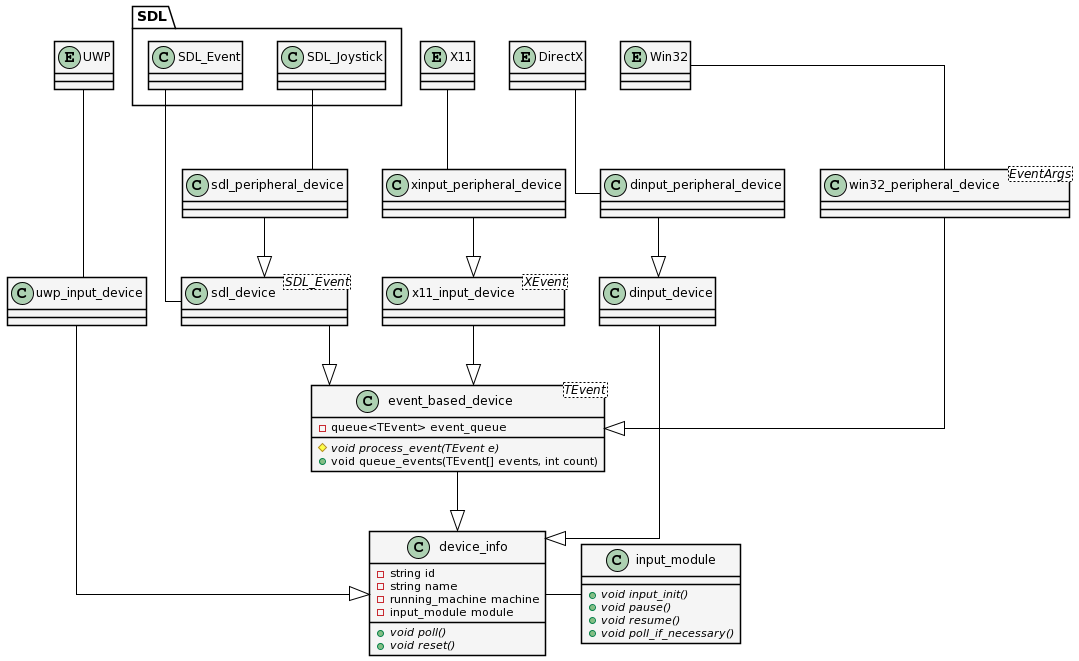
Above: Streaming/Tesi/immagini/class_input_device.png in mikymaione/MAMEStreamingPlatform (PlantUML), before the change. Its source is kept beside it as Streaming/UML/class_input_device.puml.
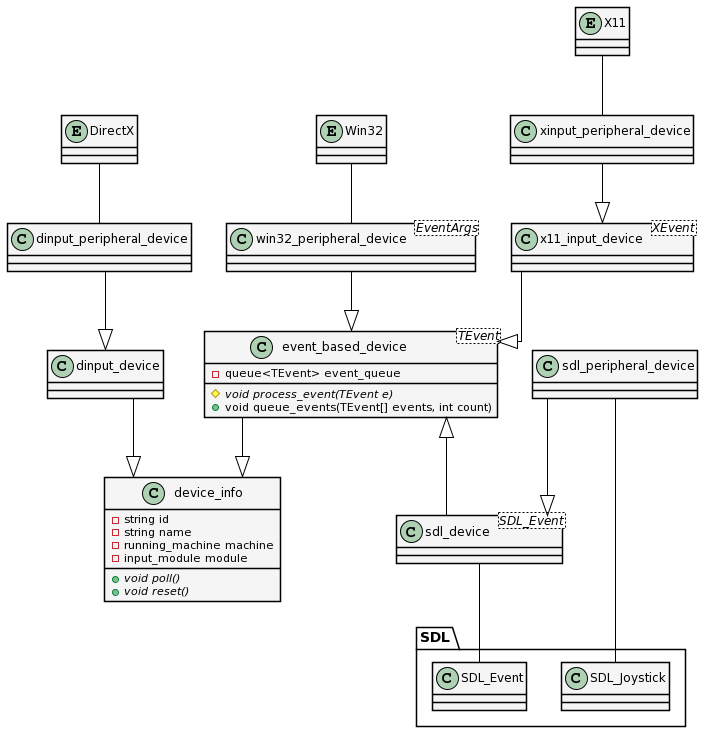
Above is the later version.

What changed in the source:
```diff
@@ -1,5 +1,4 @@
 @startuml
-
 skinparam Shadowing false
 skinparam LineType ortho
 skinparam ArrowColor black
@@ -10,31 +9,14 @@
 }
 
 
-together {
-	package SDL {
-		class SDL_Event
-		class SDL_Joystick
-	}
-
-	entity Win32
-	entity UWP
-	entity DirectX
-	entity X11
+entity Win32
+entity DirectX
+entity X11
+package SDL {
+	class SDL_Event
+	class SDL_Joystick
 }
 
-together {
-	class sdl_peripheral_device
-	class dinput_peripheral_device
-	class xinput_peripheral_device
-		class win32_peripheral_device
-}
-
-together {
-	class sdl_device
-	class dinput_device
-	class uwp_input_device
-	class x11_input_device
-}
 
 class event_based_device<TEvent> {
 	-queue<TEvent> event_queue
@@ -51,42 +33,28 @@
 	{abstract} +void reset()
 }
 
-device_info -r- input_module
-
-class input_module {
-	{abstract} +void input_init()
-	{abstract} +void pause()
-	{abstract} +void resume()
-	{abstract} +void poll_if_necessary()
-}
-
-event_based_device -d-|> device_info
+event_based_device --|> device_info
 
 class sdl_device<SDL_Event>
 
+sdl_peripheral_device --|> sdl_device
+sdl_peripheral_device -- SDL_Joystick
 sdl_device -- SDL_Event
-
-sdl_peripheral_device -d-|> sdl_device
-sdl_peripheral_device -- SDL_Joystick
-
-uwp_input_device -d-|> device_info
 
 class win32_peripheral_device<EventArgs>
 
 class x11_input_device<XEvent>
-x11_input_device -d-|> event_based_device
+x11_input_device --|> event_based_device
 
-xinput_peripheral_device -d-|> x11_input_device
+xinput_peripheral_device --|> x11_input_device
 
-dinput_device -d-|> device_info
-dinput_peripheral_device -d-|> dinput_device
+dinput_device --|> device_info
+dinput_peripheral_device --|> dinput_device
 
-sdl_device -d-|> event_based_device
-win32_peripheral_device -d-|> event_based_device
+sdl_device -u-|> event_based_device
+win32_peripheral_device --|> event_based_device
 
 X11 -d- xinput_peripheral_device
 Win32 -d- win32_peripheral_device
-UWP -d- uwp_input_device
 DirectX -d- dinput_peripheral_device
-
 @enduml
```
